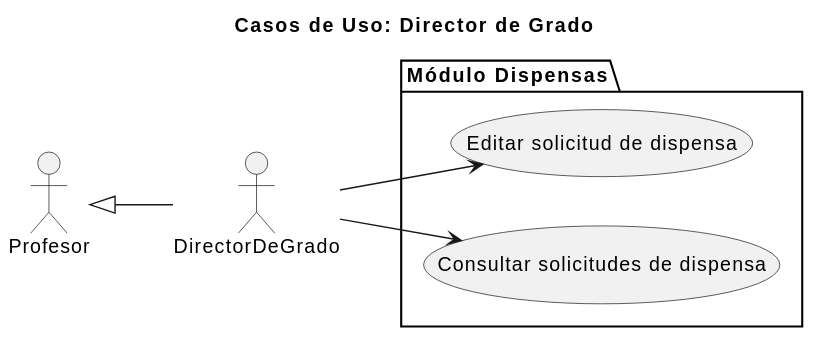
jerdier/25-26-idsw2-sdVC keeps this PlantUML diagram as documents/requisitado/01-actores-casos-uso/DirectorDeGrado.svg. Above is the earlier version.
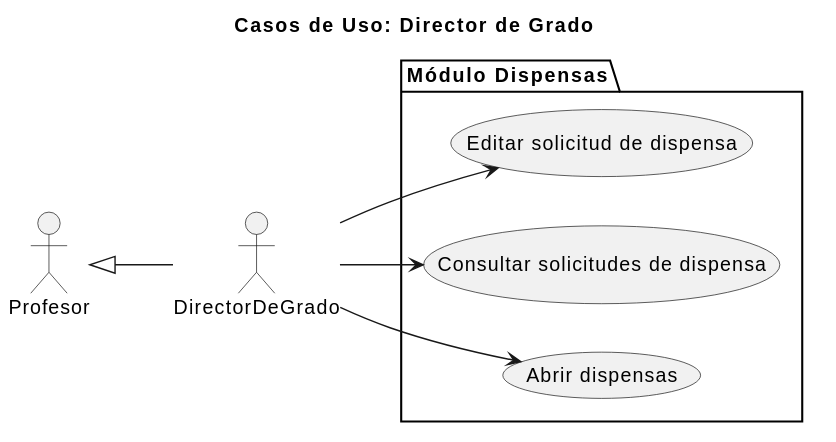
The same diagram one commit later.

What changed in the source:
```diff
@@ -9,10 +9,12 @@
 Profesor <|-- DirectorDeGrado
 
 package "Módulo Dispensas" {
+    usecase "Abrir dispensas" as AbrirDispensas
     usecase "Consultar solicitudes de dispensa" as ConsultarSolicitudesDispensa
     usecase "Editar solicitud de dispensa" as EditarSolicitudDispensa
 }
 
+DirectorDeGrado --> AbrirDispensas
 DirectorDeGrado --> ConsultarSolicitudesDispensa
 DirectorDeGrado --> EditarSolicitudDispensa
 @enduml
```
